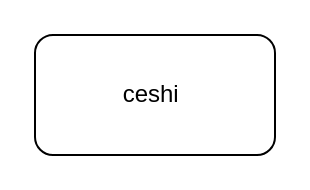
The draw.io diagram AI全景图.drawio in 18boys/drawio, before the edit. Source tidied: cells renumbered, new cells numbered last; positions are measured from the earlier drawing's top-left corner, leaving out a move shared by most shapes. Both pictures are drawn from the tidied source at 200%, with x=0, y=0 at pixel (34, 34).
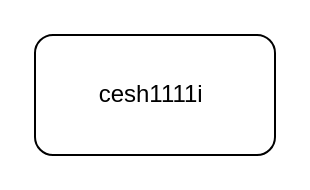
The same page after the edit.

Commit message (it also covers changes not shown here):
更新AI全景图.drawio

Change to the diagram source:
```diff
@@
 <mxGraphModel>
   <root>
     <mxCell id="0" />
     <mxCell id="1" parent="0" />
-    <mxCell id="2" value="ceshi&amp;nbsp;" style="rounded=1;whiteSpace=wrap;html=1;" parent="1" vertex="1">
+    <mxCell id="2" value="cesh1111i&amp;nbsp;" style="rounded=1;whiteSpace=wrap;html=1;" parent="1" vertex="1">
       <mxGeometry width="120" height="60" as="geometry" />
     </mxCell>
   </root>
 </mxGraphModel>
```
